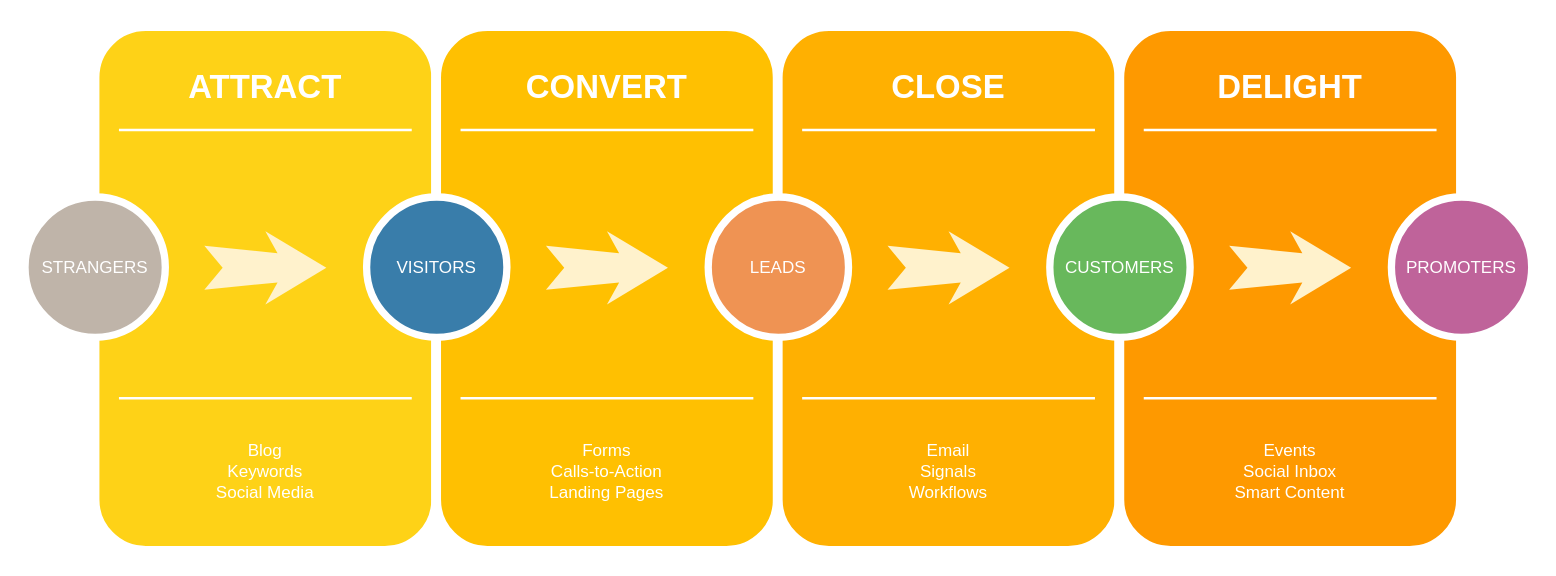
Earlier version of the draw.io diagram 未命名绘图.drawio (pangpanqiqi/RRHF). Source tidied: cells renumbered, new cells numbered last; positions are measured from the earlier drawing's top-left corner, leaving out a move shared by most shapes. Both pictures are drawn from the tidied source at 122%, with x=0, y=0 at pixel (24, 26).
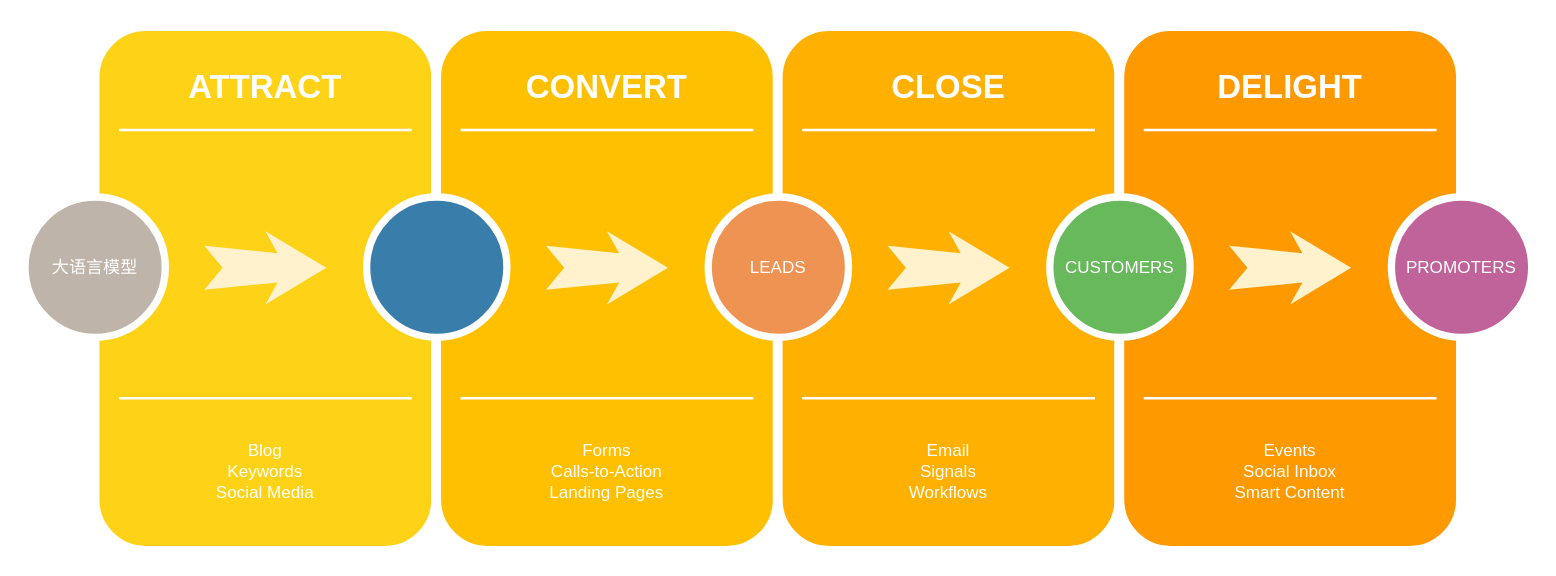
The same page after the edit.

Commit message:
更新未命名绘图.drawio

The edit, as a diff of the source:
```diff
@@
-    <mxCell id="7" value="STRANGERS" style="ellipse;whiteSpace=wrap;html=1;rounded=0;shadow=0;strokeWidth=6;fontSize=14;align=center;fillColor=#BFB4A9;strokeColor=#FFFFFF;fontColor=#FFFFFF;" parent="1" vertex="1">
+    <mxCell id="7" value="大语言模型" style="ellipse;whiteSpace=wrap;html=1;rounded=0;shadow=0;strokeWidth=6;fontSize=14;align=center;fillColor=#BFB4A9;strokeColor=#FFFFFF;fontColor=#FFFFFF;" parent="1" vertex="1">
       <mxGeometry y="140" width="115" height="115" as="geometry" />
     </mxCell>
@@
-    <mxCell id="14" value="VISITORS" style="ellipse;whiteSpace=wrap;html=1;rounded=0;shadow=0;strokeWidth=6;fontSize=14;align=center;fillColor=#397DAA;strokeColor=#FFFFFF;fontColor=#FFFFFF;" parent="1" vertex="1">
+    <mxCell id="14" style="ellipse;whiteSpace=wrap;html=1;rounded=0;shadow=0;strokeWidth=6;fontSize=14;align=center;fillColor=#397DAA;strokeColor=#FFFFFF;fontColor=#FFFFFF;" parent="1" vertex="1">
       <mxGeometry x="280" y="140" width="115" height="115" as="geometry" />
     </mxCell>
```
